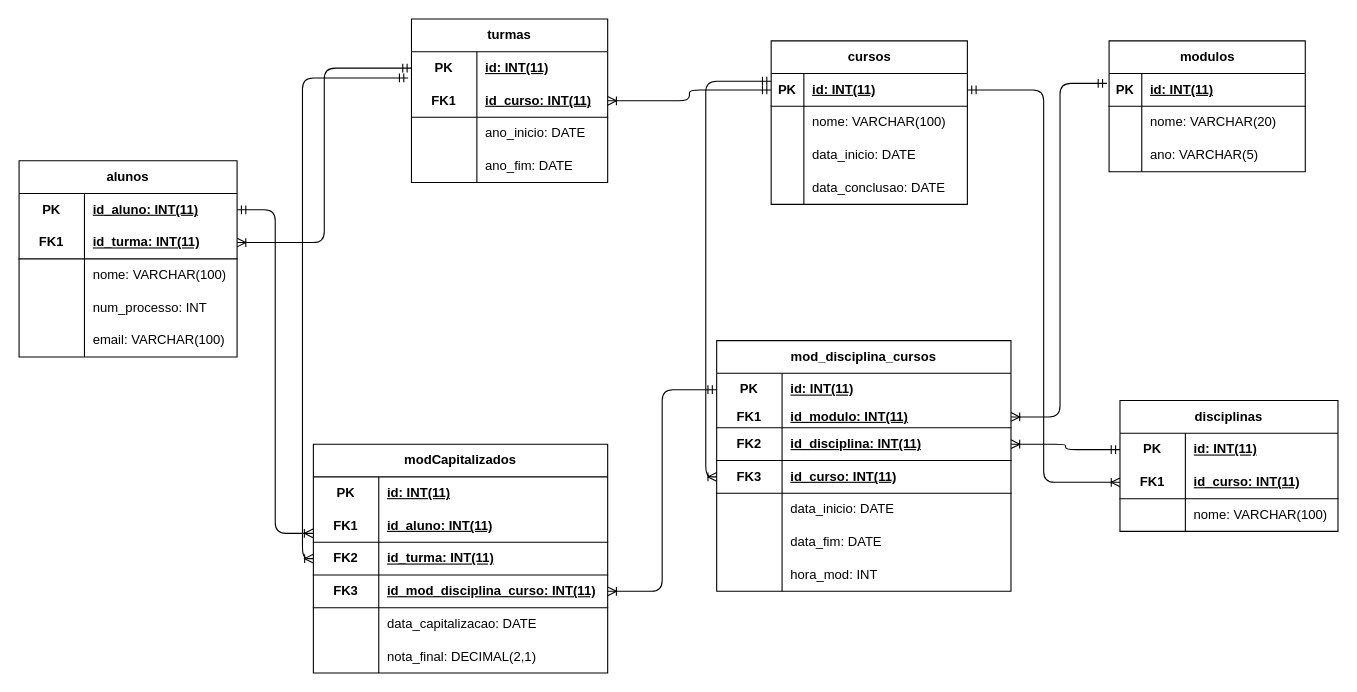
The draw.io diagram gmr_modER.drawio in DaviClementee/Gest_mod_reali_Davi_Mario_Karamjit_Gerry, before the edit. Source tidied: cells renumbered, new cells numbered last; positions are measured from the earlier drawing's top-left corner, leaving out a move shared by most shapes. Both pictures are drawn from the tidied source at 109%, with x=0, y=0 at pixel (19, 19).
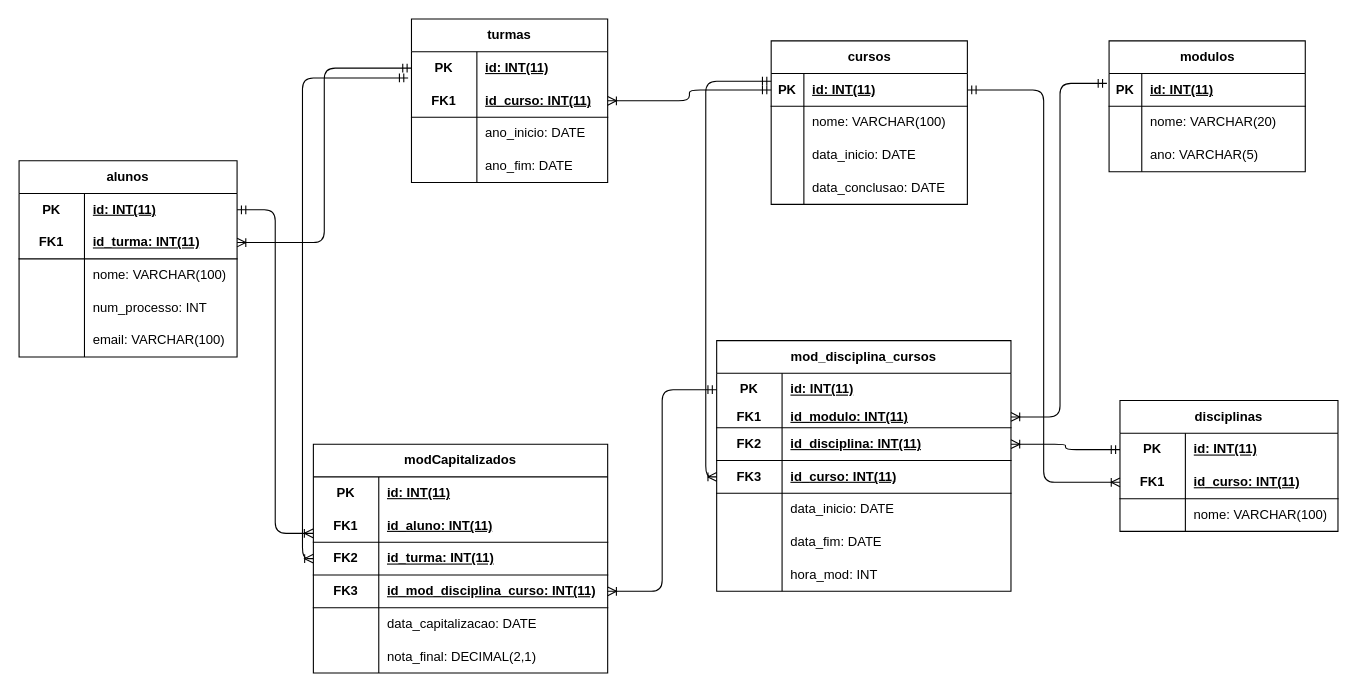
After the change.

The change refers to these unchanged cells:
```xml
<mxCell id="16" style="shape=tableRow;horizontal=0;startSize=0;swimlaneHead=0;swimlaneBody=0;fillColor=none;points=[[0,0.5],[1,0.5]];portConstraint=eastwest;top=0;left=0;right=0;bottom=0;html=1;" parent="15" vertex="1">
  <mxGeometry y="30" width="200" height="30" as="geometry" />
</mxCell>
```

The edit, as a diff of the source:
```diff
@@
-    <mxCell id="18" value="id_aluno: INT(11)" style="shape=partialRectangle;fillColor=none;top=0;left=0;bottom=0;right=0;align=left;spacingLeft=6;fontStyle=5;overflow=hidden;html=1;whiteSpace=wrap;" parent="16" vertex="1">
+    <mxCell id="18" value="id: INT(11)" style="shape=partialRectangle;fillColor=none;top=0;left=0;bottom=0;right=0;align=left;spacingLeft=6;fontStyle=5;overflow=hidden;html=1;whiteSpace=wrap;" parent="16" vertex="1">
       <mxGeometry x="60" width="140" height="30" as="geometry" />
     </mxCell>
```
